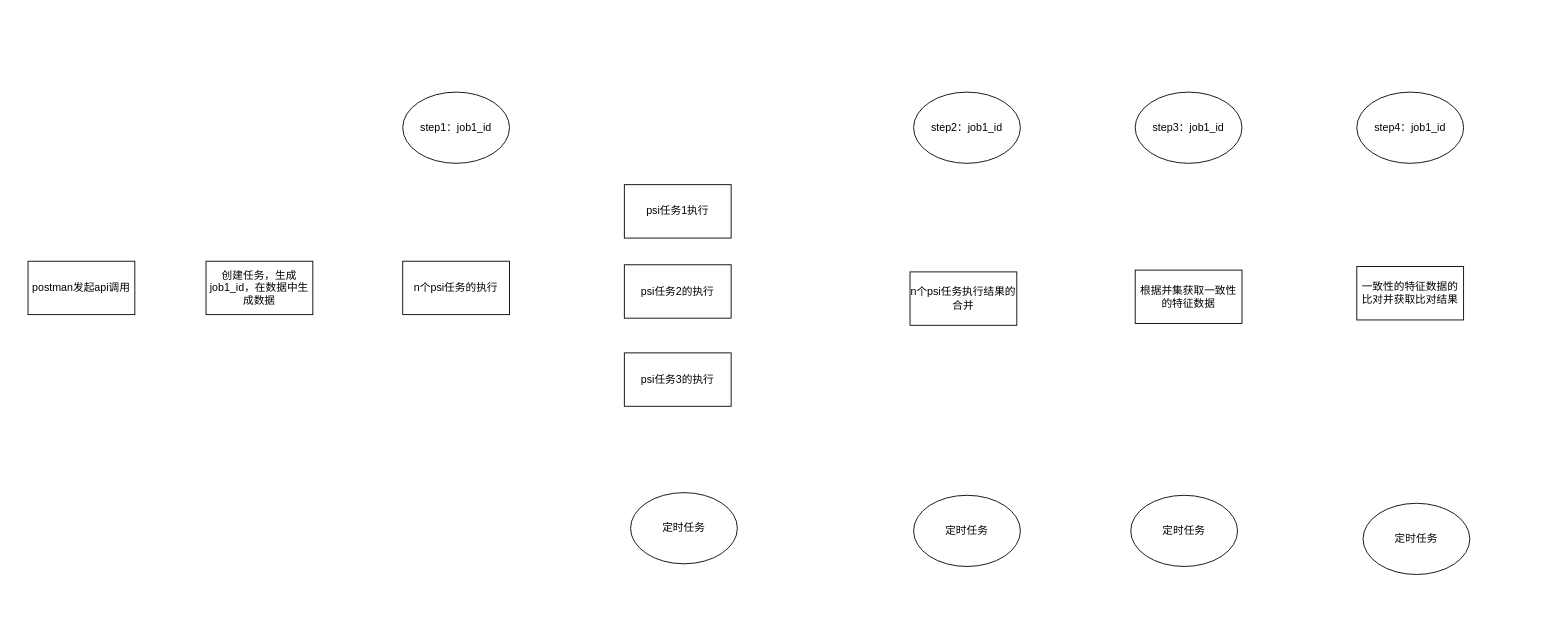
Before: PsiValidate/管信psiValidate项目.drawio in ljf0705/FlowPictureWithMorePoject, a draw.io diagram. Source tidied: cells renumbered, new cells numbered last; positions are measured from the earlier drawing's top-left corner, leaving out a move shared by most shapes. Both pictures are drawn from the tidied source at 89%, with x=0, y=0 at pixel (28, 92).
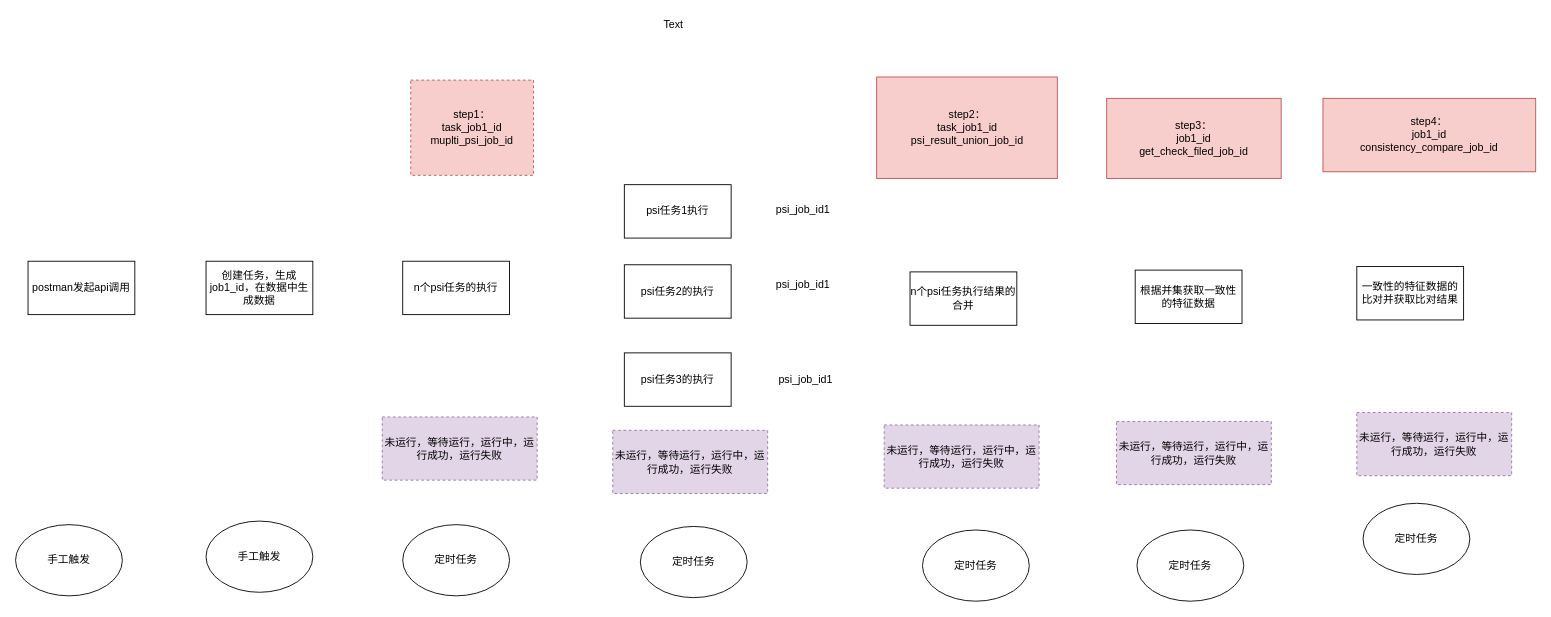
The same diagram, later.

Commit message:
更新管信psiValidate项目.drawio

What changed in the source:
```diff
@@
-    <mxCell id="6" value="step1：job1_id" style="ellipse;whiteSpace=wrap;html=1;" parent="1" vertex="1">
-      <mxGeometry x="421" width="120" height="80" as="geometry" />
-    </mxCell>
-    <mxCell id="7" value="step2：job1_id" style="ellipse;whiteSpace=wrap;html=1;" parent="1" vertex="1">
-      <mxGeometry x="995" width="120" height="80" as="geometry" />
-    </mxCell>
-    <mxCell id="8" value="step3：job1_id" style="ellipse;whiteSpace=wrap;html=1;" parent="1" vertex="1">
-      <mxGeometry x="1244" width="120" height="80" as="geometry" />
-    </mxCell>
-    <mxCell id="9" value="step4：job1_id" style="ellipse;whiteSpace=wrap;html=1;" parent="1" vertex="1">
-      <mxGeometry x="1493" width="120" height="80" as="geometry" />
-    </mxCell>
     <mxCell id="10" value="定时任务" style="ellipse;whiteSpace=wrap;html=1;" parent="1" vertex="1">
-      <mxGeometry x="995" y="453" width="120" height="80" as="geometry" />
+      <mxGeometry x="1005" y="492" width="120" height="80" as="geometry" />
     </mxCell>
@@
     <mxCell id="13" value="定时任务" style="ellipse;whiteSpace=wrap;html=1;" parent="1" vertex="1">
-      <mxGeometry x="677" y="450" width="120" height="80" as="geometry" />
+      <mxGeometry x="688" y="488" width="120" height="80" as="geometry" />
     </mxCell>
@@
     <mxCell id="17" value="定时任务" style="ellipse;whiteSpace=wrap;html=1;" parent="1" vertex="1">
-      <mxGeometry x="1239" y="453" width="120" height="80" as="geometry" />
+      <mxGeometry x="1246" y="492" width="120" height="80" as="geometry" />
     </mxCell>
@@
+    <mxCell id="19" value="Text" style="text;html=1;align=center;verticalAlign=middle;strokeColor=none;fillColor=none;" parent="1" vertex="1">
+      <mxGeometry x="705" y="-86" width="40" height="20" as="geometry" />
+    </mxCell>
+    <mxCell id="20" value="定时任务" style="ellipse;whiteSpace=wrap;html=1;" parent="1" vertex="1">
+      <mxGeometry x="421" y="486" width="120" height="80" as="geometry" />
+    </mxCell>
+    <mxCell id="21" value="psi_job_id1" style="text;html=1;strokeColor=none;fillColor=none;align=center;verticalAlign=middle;whiteSpace=wrap;rounded=0;" parent="1" vertex="1">
+      <mxGeometry x="821" y="115" width="100" height="34" as="geometry" />
+    </mxCell>
+    <mxCell id="22" value="psi_job_id1" style="text;html=1;strokeColor=none;fillColor=none;align=center;verticalAlign=middle;whiteSpace=wrap;rounded=0;" parent="1" vertex="1">
+      <mxGeometry x="841" y="202" width="60" height="30" as="geometry" />
+    </mxCell>
+    <mxCell id="23" value="psi_job_id1" style="text;html=1;strokeColor=none;fillColor=none;align=center;verticalAlign=middle;whiteSpace=wrap;rounded=0;" parent="1" vertex="1">
+      <mxGeometry x="844" y="308" width="60" height="30" as="geometry" />
+    </mxCell>
+    <mxCell id="24" value="&lt;span&gt;step1：&lt;/span&gt;&lt;br&gt;&lt;span&gt;task_job1_id&lt;/span&gt;&lt;br&gt;&lt;span&gt;muplti_psi_job_id&lt;/span&gt;" style="text;html=1;strokeColor=#b85450;fillColor=#f8cecc;align=center;verticalAlign=middle;whiteSpace=wrap;rounded=0;dashed=1;" parent="1" vertex="1">
+      <mxGeometry x="430" y="-13.5" width="138" height="107" as="geometry" />
+    </mxCell>
+    <mxCell id="25" value="&lt;span&gt;step2：&lt;/span&gt;&lt;br&gt;&lt;span&gt;task_job1_id&lt;/span&gt;&lt;br&gt;&lt;span&gt;psi_result_union_job_id&lt;/span&gt;" style="text;html=1;strokeColor=#b85450;fillColor=#f8cecc;align=center;verticalAlign=middle;whiteSpace=wrap;rounded=0;" parent="1" vertex="1">
+      <mxGeometry x="953.5" y="-17" width="203" height="114" as="geometry" />
+    </mxCell>
+    <mxCell id="26" value="&lt;span&gt;step3：&lt;/span&gt;&lt;br&gt;&lt;span&gt;job1_id&lt;/span&gt;&lt;br&gt;&lt;span&gt;get_check_filed_job_id&lt;/span&gt;" style="text;html=1;strokeColor=#b85450;fillColor=#f8cecc;align=center;verticalAlign=middle;whiteSpace=wrap;rounded=0;" parent="1" vertex="1">
+      <mxGeometry x="1212" y="7" width="196" height="90" as="geometry" />
+    </mxCell>
+    <mxCell id="27" value="&lt;span&gt;step4：&lt;/span&gt;&lt;br&gt;&lt;span&gt;job1_id&lt;/span&gt;&lt;br&gt;&lt;span&gt;consistency_compare_job_id&lt;/span&gt;" style="text;html=1;strokeColor=#b85450;fillColor=#f8cecc;align=center;verticalAlign=middle;whiteSpace=wrap;rounded=0;" parent="1" vertex="1">
+      <mxGeometry x="1455" y="7" width="239" height="82.5" as="geometry" />
+    </mxCell>
+    <mxCell id="28" value="手工触发" style="ellipse;whiteSpace=wrap;html=1;" parent="1" vertex="1">
+      <mxGeometry x="-14" y="486" width="120" height="80" as="geometry" />
+    </mxCell>
+    <mxCell id="29" value="手工触发" style="ellipse;whiteSpace=wrap;html=1;" parent="1" vertex="1">
+      <mxGeometry x="200" y="482" width="120" height="80" as="geometry" />
+    </mxCell>
+    <mxCell id="30" value="未运行，等待运行，运行中，运行成功，运行失败" style="text;html=1;strokeColor=#9673a6;fillColor=#e1d5e7;align=center;verticalAlign=middle;whiteSpace=wrap;rounded=0;dashed=1;" parent="1" vertex="1">
+      <mxGeometry x="398" y="365" width="174" height="71" as="geometry" />
+    </mxCell>
+    <mxCell id="31" value="未运行，等待运行，运行中，运行成功，运行失败" style="text;html=1;strokeColor=#9673a6;fillColor=#e1d5e7;align=center;verticalAlign=middle;whiteSpace=wrap;rounded=0;dashed=1;" parent="1" vertex="1">
+      <mxGeometry x="657" y="380" width="174" height="71" as="geometry" />
+    </mxCell>
+    <mxCell id="32" value="未运行，等待运行，运行中，运行成功，运行失败" style="text;html=1;strokeColor=#9673a6;fillColor=#e1d5e7;align=center;verticalAlign=middle;whiteSpace=wrap;rounded=0;dashed=1;" parent="1" vertex="1">
+      <mxGeometry x="962" y="374" width="174" height="71" as="geometry" />
+    </mxCell>
+    <mxCell id="33" value="未运行，等待运行，运行中，运行成功，运行失败" style="text;html=1;strokeColor=#9673a6;fillColor=#e1d5e7;align=center;verticalAlign=middle;whiteSpace=wrap;rounded=0;dashed=1;" parent="1" vertex="1">
+      <mxGeometry x="1223" y="370" width="174" height="71" as="geometry" />
+    </mxCell>
+    <mxCell id="34" value="未运行，等待运行，运行中，运行成功，运行失败" style="text;html=1;strokeColor=#9673a6;fillColor=#e1d5e7;align=center;verticalAlign=middle;whiteSpace=wrap;rounded=0;dashed=1;" parent="1" vertex="1">
+      <mxGeometry x="1493" y="360" width="174" height="71" as="geometry" />
+    </mxCell>
```
